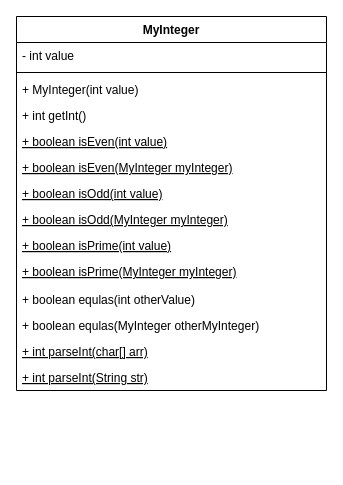
Above: ch10/MyInteger.drawio in whyhardpickname/introJava10e (draw.io), before the change. Source tidied: cells renumbered, new cells numbered last; positions are measured from the earlier drawing's top-left corner, leaving out a move shared by most shapes. Both pictures are drawn from the tidied source at 100%, with x=0, y=0 at pixel (16, 16).
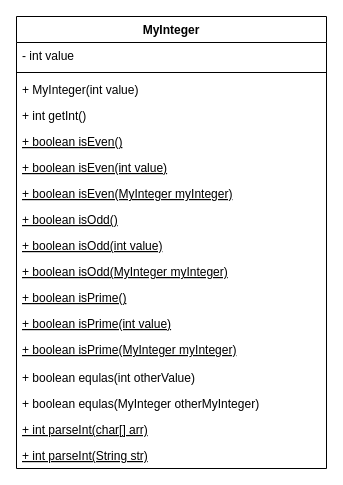
The same diagram, later.

The edit, as a diff of the source:
```diff
@@
 <mxGraphModel>
   <root>
     <mxCell id="0" />
     <mxCell id="1" parent="0" />
     <mxCell id="2" value="MyInteger" style="swimlane;fontStyle=1;align=center;verticalAlign=top;horizontal=1;startSize=26;" parent="1" vertex="1">
-      <mxGeometry width="310" height="374" as="geometry" />
+      <mxGeometry width="310" height="452" as="geometry" />
     </mxCell>
     <mxCell id="3" value="- int value" style="text;strokeColor=none;fillColor=none;align=left;verticalAlign=top;spacingLeft=4;spacingRight=4;overflow=hidden;" parent="2" vertex="1">
       <mxGeometry y="26" width="310" height="26" as="geometry" />
     </mxCell>
     <mxCell id="4" style="line;strokeWidth=1;fillColor=none;align=left;verticalAlign=middle;spacingTop=-1;spacingLeft=3;spacingRight=3;labelPosition=right;" parent="2" vertex="1">
       <mxGeometry y="52" width="310" height="8" as="geometry" />
     </mxCell>
     <mxCell id="5" value="+ MyInteger(int value)" style="text;strokeColor=none;fillColor=none;align=left;verticalAlign=top;spacingLeft=4;spacingRight=4;overflow=hidden;" parent="2" vertex="1">
       <mxGeometry y="60" width="310" height="26" as="geometry" />
     </mxCell>
     <mxCell id="6" value="+ int getInt()" style="text;strokeColor=none;fillColor=none;align=left;verticalAlign=top;spacingLeft=4;spacingRight=4;overflow=hidden;" parent="2" vertex="1">
       <mxGeometry y="86" width="310" height="26" as="geometry" />
     </mxCell>
-    <mxCell id="7" value="+ boolean isEven(int value)" style="text;strokeColor=none;fillColor=none;align=left;verticalAlign=top;spacingLeft=4;spacingRight=4;overflow=hidden;fontStyle=4;" parent="2" vertex="1">
+    <mxCell id="7" value="+ boolean isEven()" style="text;strokeColor=none;fillColor=none;align=left;verticalAlign=top;spacingLeft=4;spacingRight=4;overflow=hidden;fontStyle=4;" parent="2" vertex="1">
       <mxGeometry y="112" width="310" height="26" as="geometry" />
     </mxCell>
+    <mxCell id="17" value="+ boolean isEven(int value)" style="text;strokeColor=none;fillColor=none;align=left;verticalAlign=top;spacingLeft=4;spacingRight=4;overflow=hidden;fontStyle=4;" parent="2" vertex="1">
+      <mxGeometry y="138" width="310" height="26" as="geometry" />
+    </mxCell>
     <mxCell id="8" value="+ boolean isEven(MyInteger myInteger)" style="text;strokeColor=none;fillColor=none;align=left;verticalAlign=top;spacingLeft=4;spacingRight=4;overflow=hidden;fontStyle=4;" parent="2" vertex="1">
-      <mxGeometry y="138" width="310" height="26" as="geometry" />
+      <mxGeometry y="164" width="310" height="26" as="geometry" />
     </mxCell>
-    <mxCell id="9" value="+ boolean isOdd(int value)" style="text;strokeColor=none;fillColor=none;align=left;verticalAlign=top;spacingLeft=4;spacingRight=4;overflow=hidden;fontStyle=4;" parent="2" vertex="1">
-      <mxGeometry y="164" width="310" height="26" as="geometry" />
+    <mxCell id="9" value="+ boolean isOdd()" style="text;strokeColor=none;fillColor=none;align=left;verticalAlign=top;spacingLeft=4;spacingRight=4;overflow=hidden;fontStyle=4;" parent="2" vertex="1">
+      <mxGeometry y="190" width="310" height="26" as="geometry" />
     </mxCell>
+    <mxCell id="18" value="+ boolean isOdd(int value)" style="text;strokeColor=none;fillColor=none;align=left;verticalAlign=top;spacingLeft=4;spacingRight=4;overflow=hidden;fontStyle=4;" parent="2" vertex="1">
+      <mxGeometry y="216" width="310" height="26" as="geometry" />
+    </mxCell>
     <mxCell id="10" value="+ boolean isOdd(MyInteger myInteger)" style="text;strokeColor=none;fillColor=none;align=left;verticalAlign=top;spacingLeft=4;spacingRight=4;overflow=hidden;fontStyle=4;" parent="2" vertex="1">
-      <mxGeometry y="190" width="310" height="26" as="geometry" />
+      <mxGeometry y="242" width="310" height="26" as="geometry" />
     </mxCell>
+    <mxCell id="19" value="+ boolean isPrime()" style="text;strokeColor=none;fillColor=none;align=left;verticalAlign=top;spacingLeft=4;spacingRight=4;overflow=hidden;fontStyle=4;" parent="2" vertex="1">
+      <mxGeometry y="268" width="310" height="26" as="geometry" />
+    </mxCell>
     <mxCell id="11" value="+ boolean isPrime(int value)" style="text;strokeColor=none;fillColor=none;align=left;verticalAlign=top;spacingLeft=4;spacingRight=4;overflow=hidden;fontStyle=4;" parent="2" vertex="1">
-      <mxGeometry y="216" width="310" height="26" as="geometry" />
+      <mxGeometry y="294" width="310" height="26" as="geometry" />
     </mxCell>
     <mxCell id="12" value="+ boolean isPrime(MyInteger myInteger)" style="text;strokeColor=none;fillColor=none;align=left;verticalAlign=top;spacingLeft=4;spacingRight=4;overflow=hidden;fontStyle=4;" parent="2" vertex="1">
-      <mxGeometry y="242" width="310" height="28" as="geometry" />
+      <mxGeometry y="320" width="310" height="28" as="geometry" />
     </mxCell>
     <mxCell id="13" value="+ boolean equlas(int otherValue)" style="text;strokeColor=none;fillColor=none;align=left;verticalAlign=top;spacingLeft=4;spacingRight=4;overflow=hidden;" parent="2" vertex="1">
-      <mxGeometry y="270" width="310" height="26" as="geometry" />
+      <mxGeometry y="348" width="310" height="26" as="geometry" />
     </mxCell>
     <mxCell id="14" value="+ boolean equlas(MyInteger otherMyInteger)" style="text;strokeColor=none;fillColor=none;align=left;verticalAlign=top;spacingLeft=4;spacingRight=4;overflow=hidden;" parent="2" vertex="1">
-      <mxGeometry y="296" width="310" height="26" as="geometry" />
+      <mxGeometry y="374" width="310" height="26" as="geometry" />
     </mxCell>
     <mxCell id="15" value="+ int parseInt(char[] arr)" style="text;strokeColor=none;fillColor=none;align=left;verticalAlign=top;spacingLeft=4;spacingRight=4;overflow=hidden;fontStyle=4;" parent="2" vertex="1">
-      <mxGeometry y="322" width="310" height="26" as="geometry" />
+      <mxGeometry y="400" width="310" height="26" as="geometry" />
     </mxCell>
     <mxCell id="16" value="+ int parseInt(String str)" style="text;strokeColor=none;fillColor=none;align=left;verticalAlign=top;spacingLeft=4;spacingRight=4;overflow=hidden;fontStyle=4;" parent="2" vertex="1">
-      <mxGeometry y="348" width="310" height="26" as="geometry" />
+      <mxGeometry y="426" width="310" height="26" as="geometry" />
     </mxCell>
   </root>
 </mxGraphModel>
```
